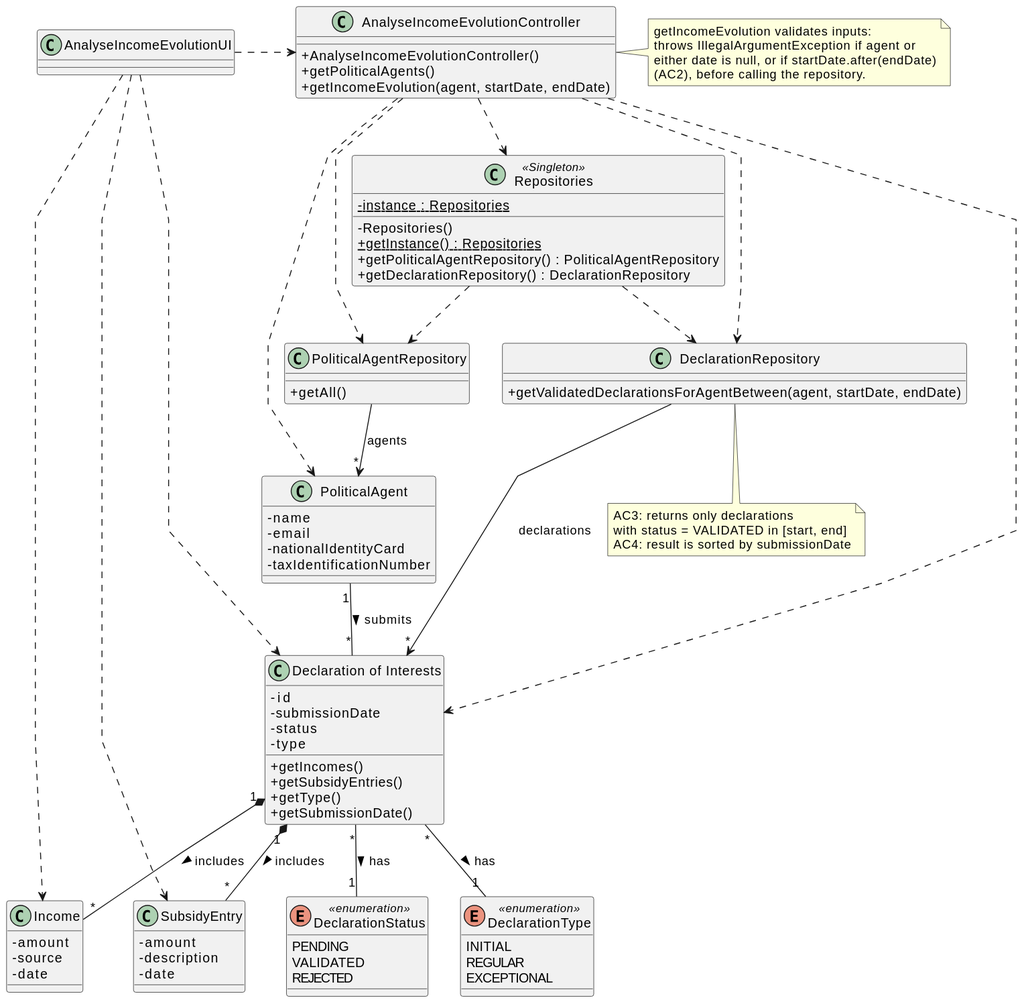
Before: docs/system-documentation/US10/03.design/svg/US10-CD.svg, a diagram exported from PlantUML (brunodspinto/crystal-clear-platform).
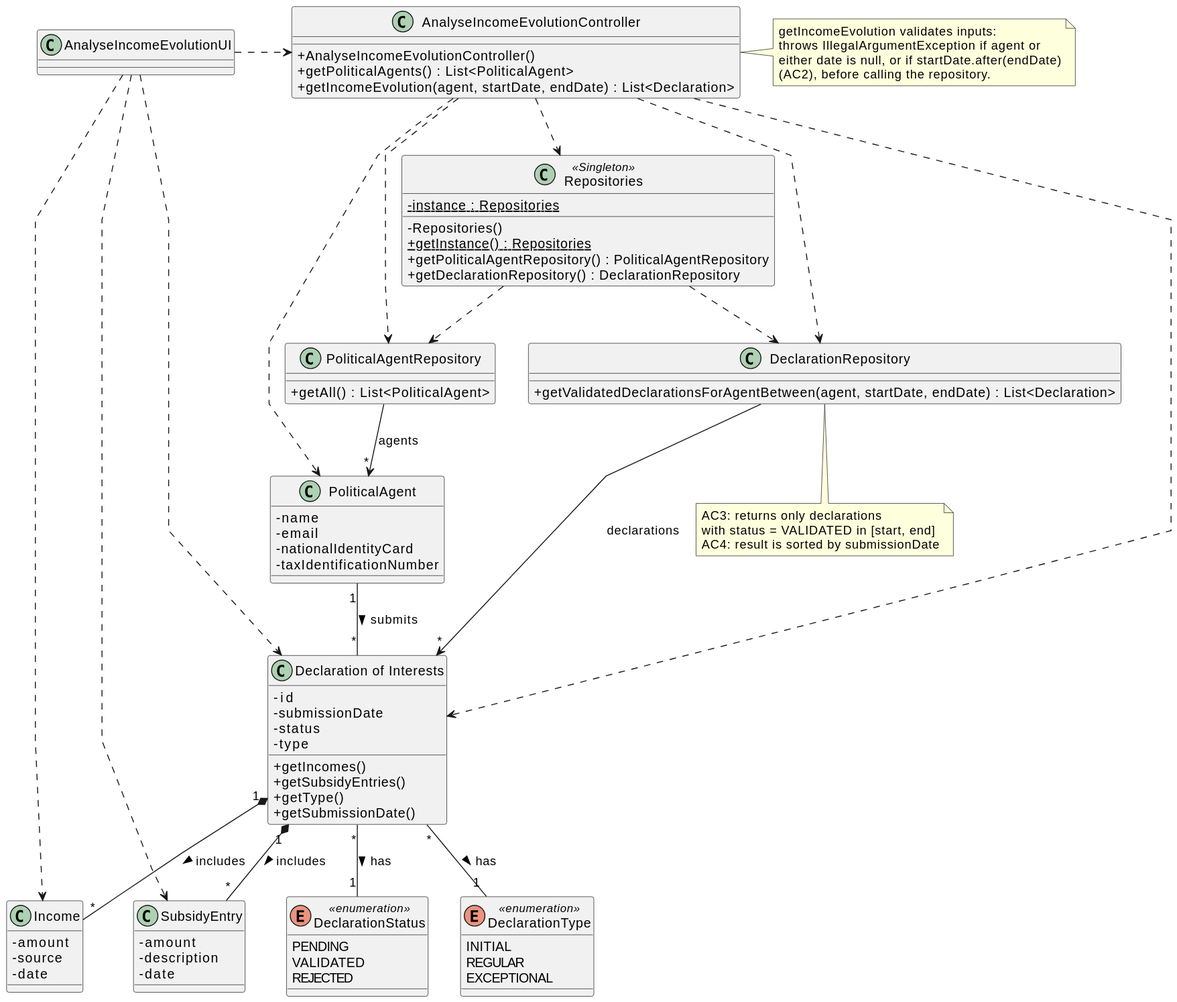
After the change.

Change to the diagram source:
```diff
@@ -9,8 +9,8 @@
 
 class AnalyseIncomeEvolutionController {
     + AnalyseIncomeEvolutionController()
-    + getPoliticalAgents()
-    + getIncomeEvolution(agent, startDate, endDate)
+    + getPoliticalAgents() : List<PoliticalAgent>
+    + getIncomeEvolution(agent, startDate, endDate) : List<Declaration>
 }
 
 class Repositories <<Singleton>> {
@@ -22,11 +22,11 @@
 }
 
 class PoliticalAgentRepository {
-    + getAll()
+    + getAll() : List<PoliticalAgent>
 }
 
 class DeclarationRepository {
-    + getValidatedDeclarationsForAgentBetween(agent, startDate, endDate)
+    + getValidatedDeclarationsForAgentBetween(agent, startDate, endDate) : List<Declaration>
 }
 
 class PoliticalAgent {
```
